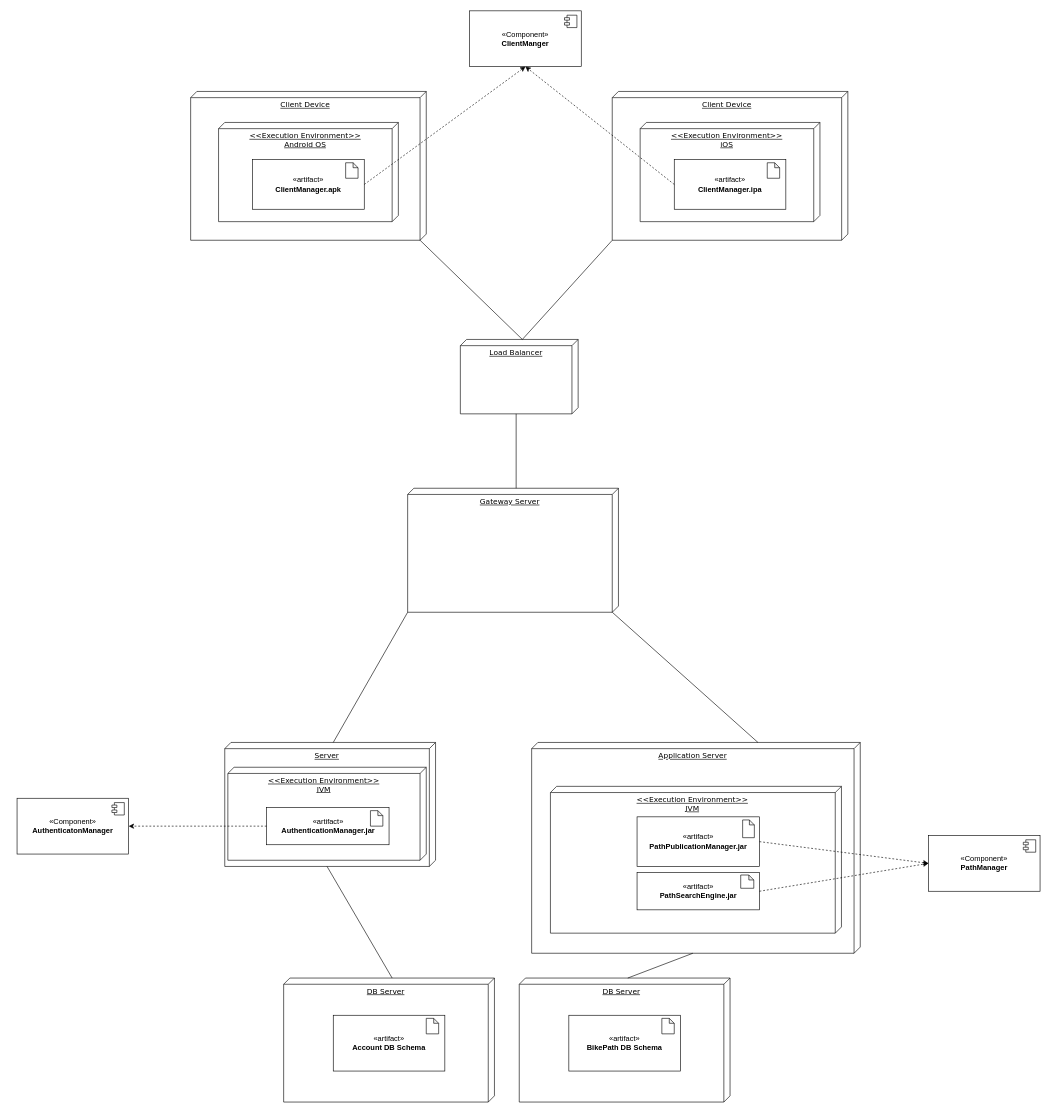
Earlier version of the draw.io diagram DD/Deployment_Diagram.drawio (ilevinci/RubinoUvinsiVinciguerra). Source tidied: cells renumbered, new cells numbered last; positions are measured from the earlier drawing's top-left corner, leaving out a move shared by most shapes. Both pictures are drawn from the tidied source at 62%, with x=0, y=0 at pixel (17, 11).
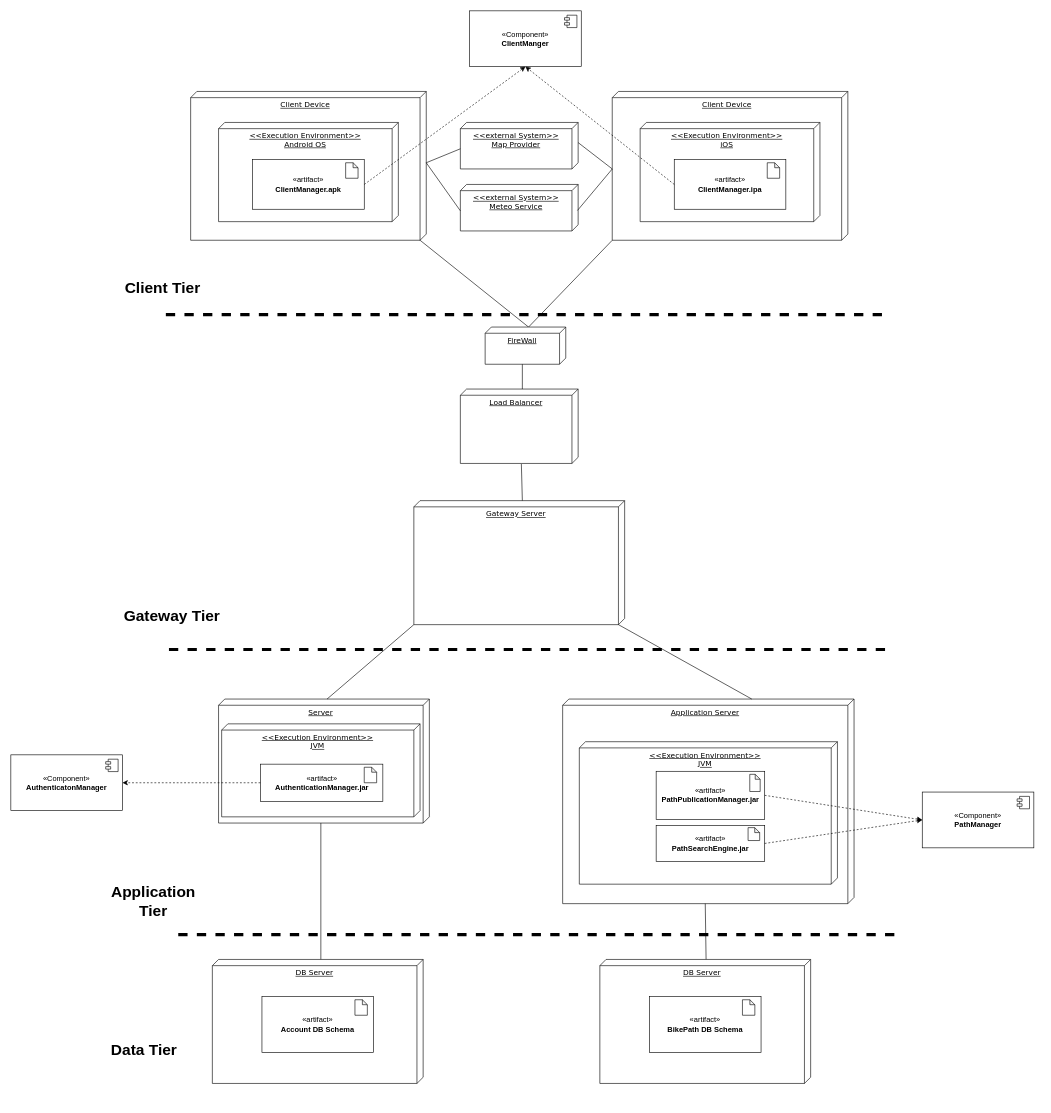
Above is the later version.

Commit message (it also covers changes not shown here):
Deployment Diagrm + Deployment View

Unchanged cells that the change refers to:
```xml
<mxCell id="11" value="&lt;div&gt;&lt;font face=&quot;Verdana&quot;&gt;Client Device&lt;/font&gt;&lt;/div&gt;" style="verticalAlign=top;align=center;spacingTop=8;spacingLeft=2;spacingRight=12;shape=cube;size=10;direction=south;fontStyle=4;html=1;whiteSpace=wrap;" parent="1" vertex="1">
  <mxGeometry x="280" y="130" width="380" height="240" as="geometry" />
</mxCell>
<mxCell id="21" value="&lt;div&gt;&lt;font face=&quot;Verdana&quot;&gt;Client Device&lt;/font&gt;&lt;/div&gt;" style="verticalAlign=top;align=center;spacingTop=8;spacingLeft=2;spacingRight=12;shape=cube;size=10;direction=south;fontStyle=4;html=1;whiteSpace=wrap;" parent="1" vertex="1">
  <mxGeometry x="960" y="130" width="380" height="240" as="geometry" />
</mxCell>
```

Diff of the diagram source:
```diff
@@
     <mxCell id="2" style="group;" parent="1" vertex="1">
-      <mxGeometry x="830" y="1180" width="530" height="340" as="geometry" />
+      <mxGeometry x="880" y="1110" width="470" height="330" as="geometry" />
     </mxCell>
     <mxCell id="3" value="&lt;div&gt;&lt;font face=&quot;Verdana&quot;&gt;Application Server&lt;/font&gt;&lt;/div&gt;" style="verticalAlign=top;align=center;spacingTop=8;spacingLeft=2;spacingRight=12;shape=cube;size=10;direction=south;fontStyle=4;html=1;whiteSpace=wrap;" parent="2" vertex="1">
-      <mxGeometry width="530" height="340" as="geometry" />
+      <mxGeometry width="470" height="330" as="geometry" />
     </mxCell>
     <mxCell id="4" value="&lt;div&gt;&lt;font face=&quot;Verdana&quot;&gt;&amp;lt;&amp;lt;Execution Environment&amp;gt;&amp;gt;&lt;/font&gt;&lt;/div&gt;&lt;div&gt;&lt;font face=&quot;Verdana&quot;&gt;JVM&lt;/font&gt;&lt;/div&gt;" style="verticalAlign=top;align=center;spacingTop=8;spacingLeft=2;spacingRight=12;shape=cube;size=10;direction=south;fontStyle=4;html=1;whiteSpace=wrap;" parent="2" vertex="1">
-      <mxGeometry x="30.3" y="70.8" width="469.4" height="236.8" as="geometry" />
+      <mxGeometry x="26.9" y="68.8" width="416.3" height="229.8" as="geometry" />
     </mxCell>
     <mxCell id="5" style="group;" parent="2" vertex="1">
-      <mxGeometry x="170" y="210" width="197.5" height="60" as="geometry" />
+      <mxGeometry x="150.8" y="203.8" width="175.1" height="58.2" as="geometry" />
     </mxCell>
     <mxCell id="6" value="«artifact&lt;span style=&quot;background-color: transparent; color: light-dark(rgb(0, 0, 0), rgb(255, 255, 255));&quot;&gt;»&lt;/span&gt;&lt;div&gt;&lt;b&gt;PathSearchEngine.jar&lt;/b&gt;&lt;/div&gt;" style="html=1;whiteSpace=wrap;" parent="5" vertex="1">
-      <mxGeometry width="197.5" height="60" as="geometry" />
+      <mxGeometry width="175.1" height="58.2" as="geometry" />
     </mxCell>
     <mxCell id="7" style="shape=note;whiteSpace=wrap;html=1;backgroundOutline=1;darkOpacity=0.05;size=8;" parent="5" vertex="1">
-      <mxGeometry x="167.2" y="3.8" width="21.1" height="21.4" as="geometry" />
+      <mxGeometry x="148.3" y="3.6" width="18.7" height="20.8" as="geometry" />
     </mxCell>
     <mxCell id="8" style="group;" parent="2" vertex="1">
-      <mxGeometry x="190" y="120" width="177.5" height="80" as="geometry" />
+      <mxGeometry x="168.5" y="116.5" width="157.4" height="77.6" as="geometry" />
     </mxCell>
     <mxCell id="9" value="«artifact&lt;span style=&quot;background-color: transparent; color: light-dark(rgb(0, 0, 0), rgb(255, 255, 255));&quot;&gt;»&lt;/span&gt;&lt;div&gt;&lt;b&gt;PathPublicationManager.jar&lt;/b&gt;&lt;/div&gt;" style="html=1;whiteSpace=wrap;" parent="8" vertex="1">
-      <mxGeometry x="-20" width="197.5" height="80" as="geometry" />
+      <mxGeometry x="-17.7" width="175.1" height="77.6" as="geometry" />
     </mxCell>
     <mxCell id="10" style="shape=note;whiteSpace=wrap;html=1;backgroundOutline=1;darkOpacity=0.05;size=8;" parent="8" vertex="1">
-      <mxGeometry x="150.3" y="5" width="18.9" height="28.6" as="geometry" />
+      <mxGeometry x="133.3" y="4.9" width="16.8" height="27.7" as="geometry" />
     </mxCell>
@@
     <mxCell id="12" value="&lt;div&gt;&lt;font face=&quot;Verdana&quot;&gt;Gateway Server&lt;/font&gt;&lt;/div&gt;" style="verticalAlign=top;align=center;spacingTop=8;spacingLeft=2;spacingRight=12;shape=cube;size=10;direction=south;fontStyle=4;html=1;whiteSpace=wrap;" parent="1" vertex="1">
-      <mxGeometry x="630" y="770" width="340" height="200" as="geometry" />
+      <mxGeometry x="640" y="790" width="340" height="200" as="geometry" />
     </mxCell>
     <mxCell id="13" value="&lt;div&gt;&lt;font face=&quot;Verdana&quot;&gt;Server&lt;/font&gt;&lt;/div&gt;" style="verticalAlign=top;align=center;spacingTop=8;spacingLeft=2;spacingRight=12;shape=cube;size=10;direction=south;fontStyle=4;html=1;whiteSpace=wrap;" parent="1" vertex="1">
-      <mxGeometry x="335" y="1180" width="340" height="200" as="geometry" />
+      <mxGeometry x="325" y="1110" width="340" height="200" as="geometry" />
     </mxCell>
-    <mxCell id="14" value="&lt;div&gt;&lt;font face=&quot;Verdana&quot;&gt;DB Server&lt;/font&gt;&lt;/div&gt;" style="verticalAlign=top;align=center;spacingTop=8;spacingLeft=2;spacingRight=12;shape=cube;size=10;direction=south;fontStyle=4;html=1;whiteSpace=wrap;" parent="1" vertex="1">
-      <mxGeometry x="430" y="1560" width="340" height="200" as="geometry" />
-    </mxCell>
-    <mxCell id="15" value="&lt;div&gt;&lt;font face=&quot;Verdana&quot;&gt;DB Server&lt;/font&gt;&lt;/div&gt;" style="verticalAlign=top;align=center;spacingTop=8;spacingLeft=2;spacingRight=12;shape=cube;size=10;direction=south;fontStyle=4;html=1;whiteSpace=wrap;" parent="1" vertex="1">
-      <mxGeometry x="810" y="1560" width="340" height="200" as="geometry" />
-    </mxCell>
-    <mxCell id="16" value="«artifact&lt;span style=&quot;background-color: transparent; color: light-dark(rgb(0, 0, 0), rgb(255, 255, 255));&quot;&gt;»&lt;/span&gt;&lt;div&gt;&lt;b&gt;Account DB Schema&lt;/b&gt;&lt;/div&gt;" style="html=1;whiteSpace=wrap;" parent="1" vertex="1">
-      <mxGeometry x="510" y="1620" width="180" height="90" as="geometry" />
-    </mxCell>
-    <mxCell id="17" style="shape=note;whiteSpace=wrap;html=1;backgroundOutline=1;darkOpacity=0.05;size=8;" parent="1" vertex="1">
-      <mxGeometry x="660" y="1625" width="20" height="25" as="geometry" />
-    </mxCell>
-    <mxCell id="18" value="«artifact&lt;span style=&quot;background-color: transparent; color: light-dark(rgb(0, 0, 0), rgb(255, 255, 255));&quot;&gt;»&lt;/span&gt;&lt;div&gt;&lt;b&gt;BikePath DB Schema&lt;/b&gt;&lt;/div&gt;" style="html=1;whiteSpace=wrap;" parent="1" vertex="1">
-      <mxGeometry x="890" y="1620" width="180" height="90" as="geometry" />
-    </mxCell>
-    <mxCell id="19" style="shape=note;whiteSpace=wrap;html=1;backgroundOutline=1;darkOpacity=0.05;size=8;" parent="1" vertex="1">
-      <mxGeometry x="1040" y="1625" width="20" height="25" as="geometry" />
-    </mxCell>
@@
     <mxCell id="23" value="«Component»&lt;br&gt;&lt;b&gt;AuthenticatonManager&lt;/b&gt;" style="html=1;whiteSpace=wrap;" parent="1" vertex="1">
-      <mxGeometry y="1270" width="180" height="90" as="geometry" />
+      <mxGeometry x="-10" y="1200" width="180" height="90" as="geometry" />
     </mxCell>
@@
     <mxCell id="25" value="«Component»&lt;br&gt;&lt;b&gt;PathManager&lt;/b&gt;" style="html=1;whiteSpace=wrap;" parent="1" vertex="1">
-      <mxGeometry x="1470" y="1330" width="180" height="90" as="geometry" />
+      <mxGeometry x="1460" y="1260" width="180" height="90" as="geometry" />
     </mxCell>
@@
-    <mxCell id="28" style="endArrow=none;html=1;rounded=0;exitX=0;exitY=0;exitDx=0;exitDy=165;exitPerimeter=0;entryX=0;entryY=0;entryDx=340;entryDy=270;entryPerimeter=0;" parent="1" edge="1" source="15" target="3">
+    <mxCell id="28" style="endArrow=none;html=1;rounded=0;exitX=0;exitY=0.496;exitDx=0;exitDy=0;exitPerimeter=0;entryX=0;entryY=0;entryDx=330.00000000000006;entryDy=240;entryPerimeter=0;" parent="1" edge="1" source="15" target="3">
       <mxGeometry relative="1" as="geometry" />
     </mxCell>
@@
     <mxCell id="37" value="&lt;div&gt;&lt;font face=&quot;Verdana&quot;&gt;Load Balancer&lt;/font&gt;&lt;/div&gt;" style="verticalAlign=top;align=center;spacingTop=8;spacingLeft=2;spacingRight=12;shape=cube;size=10;direction=south;fontStyle=4;html=1;whiteSpace=wrap;" parent="1" vertex="1">
-      <mxGeometry x="715" y="530" width="190" height="120" as="geometry" />
+      <mxGeometry x="715" y="610" width="190" height="120" as="geometry" />
     </mxCell>
-    <mxCell id="38" style="endArrow=none;html=1;rounded=0;entryX=0;entryY=0;entryDx=240.00000000000003;entryDy=10;entryPerimeter=0;exitX=0;exitY=0;exitDx=0;exitDy=90;exitPerimeter=0;" parent="1" edge="1" source="37" target="11">
+    <mxCell id="38" style="endArrow=none;html=1;rounded=0;entryX=0;entryY=0;entryDx=240.00000000000003;entryDy=10;entryPerimeter=0;exitX=0;exitY=0;exitDx=0;exitDy=60;exitPerimeter=0;" parent="1" edge="1" source="51" target="11">
       <mxGeometry relative="1" as="geometry" />
     </mxCell>
-    <mxCell id="39" style="endArrow=none;html=1;rounded=0;entryX=1;entryY=1;entryDx=0;entryDy=0;entryPerimeter=0;exitX=0;exitY=0;exitDx=0;exitDy=90;exitPerimeter=0;" parent="1" edge="1" source="37" target="21">
+    <mxCell id="39" style="endArrow=none;html=1;rounded=0;entryX=1;entryY=1;entryDx=0;entryDy=0;entryPerimeter=0;exitX=0;exitY=0;exitDx=0;exitDy=60;exitPerimeter=0;" parent="1" edge="1" source="51" target="21">
       <mxGeometry relative="1" as="geometry" />
     </mxCell>
-    <mxCell id="40" style="endArrow=none;html=1;rounded=0;entryX=0;entryY=0;entryDx=120.00000000000001;entryDy=100;entryPerimeter=0;exitX=0;exitY=0;exitDx=0;exitDy=165;exitPerimeter=0;" parent="1" edge="1" source="12" target="37">
+    <mxCell id="40" style="endArrow=none;html=1;rounded=0;entryX=1.007;entryY=0.482;entryDx=0;entryDy=0;entryPerimeter=0;exitX=0;exitY=0;exitDx=0;exitDy=165;exitPerimeter=0;" parent="1" edge="1" source="12" target="37">
       <mxGeometry relative="1" as="geometry" />
     </mxCell>
@@
     <mxCell id="43" value="&lt;div&gt;&lt;font face=&quot;Verdana&quot;&gt;&amp;lt;&amp;lt;Execution Environment&amp;gt;&amp;gt;&lt;/font&gt;&lt;/div&gt;&lt;div&gt;&lt;font face=&quot;Verdana&quot;&gt;JVM&lt;/font&gt;&lt;/div&gt;" style="verticalAlign=top;align=center;spacingTop=8;spacingLeft=2;spacingRight=12;shape=cube;size=10;direction=south;fontStyle=4;html=1;whiteSpace=wrap;" parent="1" vertex="1">
-      <mxGeometry x="340" y="1220" width="320" height="150" as="geometry" />
+      <mxGeometry x="330" y="1150" width="320" height="150" as="geometry" />
     </mxCell>
     <mxCell id="44" value="«artifact&lt;span style=&quot;background-color: transparent; color: light-dark(rgb(0, 0, 0), rgb(255, 255, 255));&quot;&gt;»&lt;/span&gt;&lt;div&gt;&lt;b&gt;AuthenticationManager.jar&lt;/b&gt;&lt;/div&gt;" style="html=1;whiteSpace=wrap;" parent="1" vertex="1">
-      <mxGeometry x="402.5" y="1285" width="197.5" height="60" as="geometry" />
+      <mxGeometry x="392.5" y="1215" width="197.5" height="60" as="geometry" />
     </mxCell>
     <mxCell id="45" style="shape=note;whiteSpace=wrap;html=1;backgroundOutline=1;darkOpacity=0.05;size=8;" parent="1" vertex="1">
-      <mxGeometry x="570" y="1290" width="20" height="25" as="geometry" />
+      <mxGeometry x="560" y="1220" width="20" height="25" as="geometry" />
     </mxCell>
@@
+    <mxCell id="49" style="group;" parent="1" vertex="1">
+      <mxGeometry x="315" y="1530" width="340" height="200" as="geometry" />
+    </mxCell>
+    <mxCell id="14" value="&lt;div&gt;&lt;font face=&quot;Verdana&quot;&gt;DB Server&lt;/font&gt;&lt;/div&gt;" style="verticalAlign=top;align=center;spacingTop=8;spacingLeft=2;spacingRight=12;shape=cube;size=10;direction=south;fontStyle=4;html=1;whiteSpace=wrap;" parent="49" vertex="1">
+      <mxGeometry width="340" height="200" as="geometry" />
+    </mxCell>
+    <mxCell id="16" value="«artifact&lt;span style=&quot;background-color: transparent; color: light-dark(rgb(0, 0, 0), rgb(255, 255, 255));&quot;&gt;»&lt;/span&gt;&lt;div&gt;&lt;b&gt;Account DB Schema&lt;/b&gt;&lt;/div&gt;" style="html=1;whiteSpace=wrap;" parent="49" vertex="1">
+      <mxGeometry x="80" y="60" width="180" height="90" as="geometry" />
+    </mxCell>
+    <mxCell id="17" style="shape=note;whiteSpace=wrap;html=1;backgroundOutline=1;darkOpacity=0.05;size=8;" parent="49" vertex="1">
+      <mxGeometry x="230" y="65" width="20" height="25" as="geometry" />
+    </mxCell>
+    <mxCell id="50" style="group;" parent="1" vertex="1">
+      <mxGeometry x="940" y="1530" width="340" height="200" as="geometry" />
+    </mxCell>
+    <mxCell id="15" value="&lt;div&gt;&lt;font face=&quot;Verdana&quot;&gt;DB Server&lt;/font&gt;&lt;/div&gt;" style="verticalAlign=top;align=center;spacingTop=8;spacingLeft=2;spacingRight=12;shape=cube;size=10;direction=south;fontStyle=4;html=1;whiteSpace=wrap;" parent="50" vertex="1">
+      <mxGeometry width="340" height="200" as="geometry" />
+    </mxCell>
+    <mxCell id="18" value="«artifact&lt;span style=&quot;background-color: transparent; color: light-dark(rgb(0, 0, 0), rgb(255, 255, 255));&quot;&gt;»&lt;/span&gt;&lt;div&gt;&lt;b&gt;BikePath DB Schema&lt;/b&gt;&lt;/div&gt;" style="html=1;whiteSpace=wrap;" parent="50" vertex="1">
+      <mxGeometry x="80" y="60" width="180" height="90" as="geometry" />
+    </mxCell>
+    <mxCell id="19" style="shape=note;whiteSpace=wrap;html=1;backgroundOutline=1;darkOpacity=0.05;size=8;" parent="50" vertex="1">
+      <mxGeometry x="230" y="65" width="20" height="25" as="geometry" />
+    </mxCell>
+    <mxCell id="51" value="&lt;div&gt;&lt;font face=&quot;Verdana&quot;&gt;FireWall&lt;/font&gt;&lt;/div&gt;" style="verticalAlign=top;align=center;spacingTop=8;spacingLeft=2;spacingRight=12;shape=cube;size=10;direction=south;fontStyle=4;html=1;whiteSpace=wrap;" parent="1" vertex="1">
+      <mxGeometry x="755" y="510" width="130" height="60" as="geometry" />
+    </mxCell>
+    <mxCell id="52" style="endArrow=none;html=1;rounded=0;entryX=0;entryY=0;entryDx=60;entryDy=70;entryPerimeter=0;exitX=0;exitY=0;exitDx=0;exitDy=90;exitPerimeter=0;" parent="1" edge="1" source="37" target="51">
+      <mxGeometry relative="1" as="geometry" />
+    </mxCell>
+    <mxCell id="53" style="endArrow=none;dashed=1;html=1;rounded=0;strokeWidth=5;" parent="1" edge="1">
+      <mxGeometry relative="1" as="geometry">
+        <mxPoint x="240" y="490" as="sourcePoint" />
+        <mxPoint x="1400" y="490" as="targetPoint" />
+      </mxGeometry>
+    </mxCell>
+    <mxCell id="54" style="endArrow=none;dashed=1;html=1;rounded=0;strokeWidth=5;" parent="1" edge="1">
+      <mxGeometry relative="1" as="geometry">
+        <mxPoint x="245" y="1030" as="sourcePoint" />
+        <mxPoint x="1405" y="1030" as="targetPoint" />
+      </mxGeometry>
+    </mxCell>
+    <mxCell id="55" style="endArrow=none;dashed=1;html=1;rounded=0;strokeWidth=5;" parent="1" edge="1">
+      <mxGeometry relative="1" as="geometry">
+        <mxPoint x="260" y="1490" as="sourcePoint" />
+        <mxPoint x="1420" y="1490" as="targetPoint" />
+      </mxGeometry>
+    </mxCell>
+    <mxCell id="56" value="&lt;b&gt;&lt;font style=&quot;font-size: 25px;&quot;&gt;Client Tier&lt;/font&gt;&lt;/b&gt;" style="text;html=1;whiteSpace=wrap;strokeColor=none;fillColor=none;align=center;verticalAlign=middle;rounded=0;" parent="1" vertex="1">
+      <mxGeometry x="150" y="410" width="170" height="70" as="geometry" />
+    </mxCell>
+    <mxCell id="57" value="&lt;font style=&quot;font-size: 25px;&quot;&gt;&lt;b&gt;Gateway Tier&lt;/b&gt;&lt;/font&gt;" style="text;html=1;whiteSpace=wrap;strokeColor=none;fillColor=none;align=center;verticalAlign=middle;rounded=0;" parent="1" vertex="1">
+      <mxGeometry x="150" y="940" width="200" height="70" as="geometry" />
+    </mxCell>
+    <mxCell id="58" value="&lt;b&gt;&lt;font style=&quot;font-size: 25px;&quot;&gt;Application Tier&lt;/font&gt;&lt;/b&gt;" style="text;html=1;whiteSpace=wrap;strokeColor=none;fillColor=none;align=center;verticalAlign=middle;rounded=0;" parent="1" vertex="1">
+      <mxGeometry x="140" y="1400" width="160" height="70" as="geometry" />
+    </mxCell>
+    <mxCell id="59" value="&lt;b&gt;&lt;font style=&quot;font-size: 25px;&quot;&gt;Data Tier&lt;/font&gt;&lt;/b&gt;" style="text;html=1;whiteSpace=wrap;strokeColor=none;fillColor=none;align=center;verticalAlign=middle;rounded=0;" parent="1" vertex="1">
+      <mxGeometry x="140" y="1650" width="130" height="50" as="geometry" />
+    </mxCell>
+    <mxCell id="60" value="&lt;font face=&quot;Verdana&quot;&gt;&amp;lt;&amp;lt;external System&amp;gt;&amp;gt;&lt;/font&gt;&lt;div&gt;&lt;font face=&quot;Verdana&quot;&gt;Meteo Service&lt;/font&gt;&lt;/div&gt;" style="verticalAlign=top;align=center;spacingTop=8;spacingLeft=2;spacingRight=12;shape=cube;size=10;direction=south;fontStyle=4;html=1;whiteSpace=wrap;" parent="1" vertex="1">
+      <mxGeometry x="715" y="280" width="190" height="75" as="geometry" />
+    </mxCell>
+    <mxCell id="61" value="&lt;font face=&quot;Verdana&quot;&gt;&amp;lt;&amp;lt;external System&amp;gt;&amp;gt;&lt;/font&gt;&lt;div&gt;&lt;font face=&quot;Verdana&quot;&gt;Map Provider&lt;/font&gt;&lt;/div&gt;" style="verticalAlign=top;align=center;spacingTop=8;spacingLeft=2;spacingRight=12;shape=cube;size=10;direction=south;fontStyle=4;html=1;whiteSpace=wrap;" parent="1" vertex="1">
+      <mxGeometry x="715" y="180" width="190" height="75" as="geometry" />
+    </mxCell>
+    <mxCell id="62" style="endArrow=none;html=1;rounded=0;entryX=0;entryY=0;entryDx=42.5;entryDy=190;entryPerimeter=0;exitX=0;exitY=0;exitDx=115;exitDy=0;exitPerimeter=0;" parent="1" edge="1" source="11" target="60">
+      <mxGeometry relative="1" as="geometry" />
+    </mxCell>
+    <mxCell id="63" style="endArrow=none;html=1;rounded=0;entryX=0;entryY=0;entryDx=125;entryDy=380;entryPerimeter=0;exitX=0.56;exitY=0.006;exitDx=0;exitDy=0;exitPerimeter=0;" parent="1" edge="1" source="60" target="21">
+      <mxGeometry relative="1" as="geometry" />
+    </mxCell>
+    <mxCell id="64" style="endArrow=none;html=1;rounded=0;entryX=0;entryY=0;entryDx=125;entryDy=380;entryPerimeter=0;exitX=0;exitY=0;exitDx=32.5;exitDy=0;exitPerimeter=0;" parent="1" edge="1" source="61" target="21">
+      <mxGeometry relative="1" as="geometry" />
+    </mxCell>
+    <mxCell id="65" style="endArrow=none;html=1;rounded=0;entryX=0;entryY=0;entryDx=42.5;entryDy=190;entryPerimeter=0;exitX=0;exitY=0;exitDx=115;exitDy=0;exitPerimeter=0;" parent="1" edge="1" source="11" target="61">
+      <mxGeometry relative="1" as="geometry" />
+    </mxCell>
```
